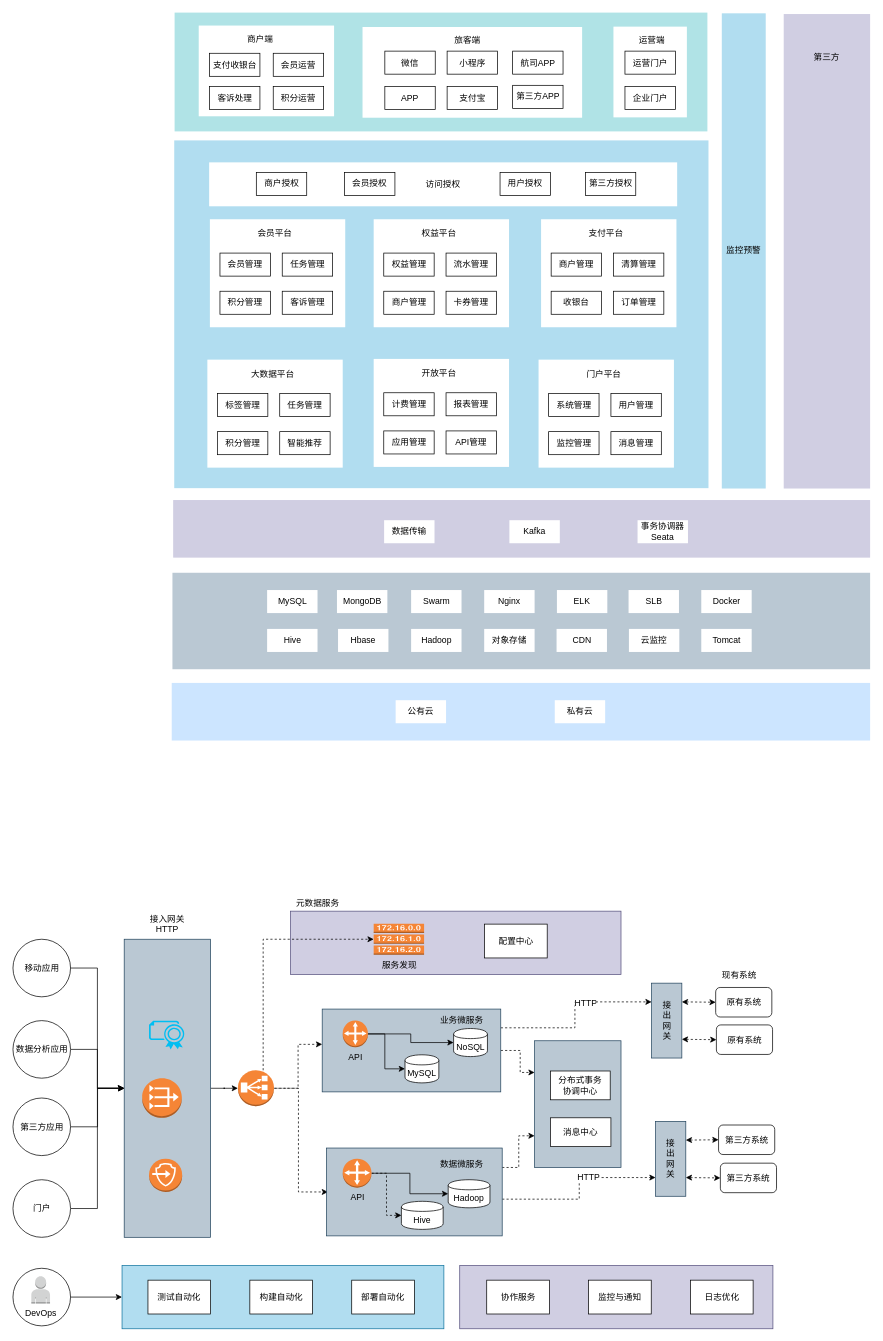
The draw.io diagram beijingAirport.drawio in wuqh/draw, before the edit. Source tidied: cells renumbered, new cells numbered last; positions are measured from the earlier drawing's top-left corner, leaving out a move shared by most shapes. Both pictures are drawn from the tidied source at 72%, with x=0, y=0 at pixel (12, 12).
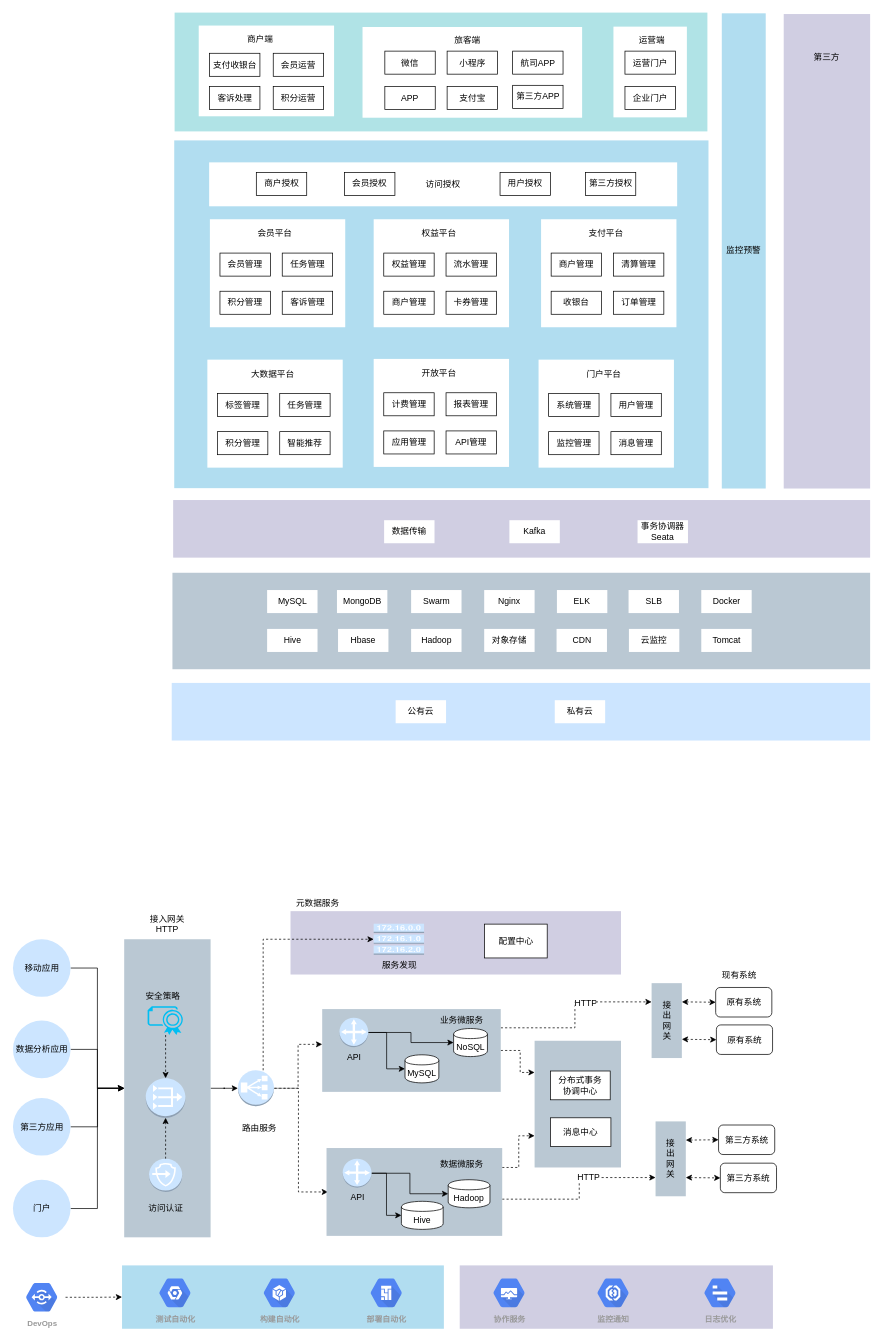
Above is the later version.

Unchanged cells that the change refers to:
```xml
<mxCell id="123" value="MySQL" style="shape=cylinder;whiteSpace=wrap;html=1;boundedLbl=1;backgroundOutline=1;strokeColor=#000000;" parent="1" vertex="1">
  <mxGeometry x="545" y="1447.5" width="47" height="39" as="geometry" />
</mxCell>
<mxCell id="125" value="Hive" style="shape=cylinder;whiteSpace=wrap;html=1;boundedLbl=1;backgroundOutline=1;strokeColor=#000000;" parent="1" vertex="1">
  <mxGeometry x="540" y="1651" width="58" height="39" as="geometry" />
</mxCell>
```

Change to the diagram source:
```diff
@@
-    <mxCell id="2" style="rounded=0;whiteSpace=wrap;html=1;strokeColor=#23445d;fillColor=#bac8d3;" parent="1" vertex="1">
+    <mxCell id="2" style="rounded=0;whiteSpace=wrap;html=1;strokeColor=none;fillColor=#bac8d3;" parent="1" vertex="1">
       <mxGeometry x="725" y="1428" width="120" height="176" as="geometry" />
     </mxCell>
-    <mxCell id="3" style="rounded=0;whiteSpace=wrap;html=1;strokeColor=#56517e;fillColor=#d0cee2;" parent="1" vertex="1">
+    <mxCell id="3" style="rounded=0;whiteSpace=wrap;html=1;strokeColor=none;fillColor=#d0cee2;" parent="1" vertex="1">
       <mxGeometry x="386" y="1248" width="459" height="88" as="geometry" />
     </mxCell>
@@
-    <mxCell id="91" style="rounded=0;whiteSpace=wrap;html=1;strokeColor=#23445d;fillColor=#bac8d3;" parent="1" vertex="1">
+    <mxCell id="91" style="rounded=0;whiteSpace=wrap;html=1;strokeColor=none;fillColor=#bac8d3;" parent="1" vertex="1">
       <mxGeometry x="155" y="1287" width="120" height="414" as="geometry" />
     </mxCell>
@@
-    <mxCell id="93" value="移动应用" style="ellipse;whiteSpace=wrap;html=1;strokeColor=#000000;" parent="1" vertex="1">
+    <mxCell id="93" value="移动应用" style="ellipse;whiteSpace=wrap;html=1;strokeColor=none;fillColor=#cce5ff;" parent="1" vertex="1">
       <mxGeometry x="0.5" y="1287" width="80" height="80" as="geometry" />
     </mxCell>
@@
-    <mxCell id="95" value="数据分析应用" style="ellipse;whiteSpace=wrap;html=1;strokeColor=#000000;" parent="1" vertex="1">
+    <mxCell id="95" value="数据分析应用" style="ellipse;whiteSpace=wrap;html=1;strokeColor=none;fillColor=#cce5ff;" parent="1" vertex="1">
       <mxGeometry x="0.5" y="1400" width="80" height="80" as="geometry" />
     </mxCell>
@@
+    <mxCell id="155" style="edgeStyle=orthogonalEdgeStyle;rounded=0;jettySize=auto;html=1;dashed=1;" parent="1" edge="1" source="97" target="98">
+      <mxGeometry relative="1" as="geometry" />
+    </mxCell>
     <mxCell id="97" style="verticalLabelPosition=bottom;html=1;verticalAlign=top;align=center;strokeColor=none;fillColor=#00BEF2;shape=mxgraph.azure.certificate;" parent="1" vertex="1">
-      <mxGeometry x="189.5" y="1400" width="50" height="40" as="geometry" />
+      <mxGeometry x="187.5" y="1380" width="50" height="40" as="geometry" />
     </mxCell>
-    <mxCell id="98" style="outlineConnect=0;dashed=0;verticalLabelPosition=bottom;verticalAlign=top;align=center;html=1;shape=mxgraph.aws3.vpc_nat_gateway;fillColor=#F58536;gradientColor=none;strokeColor=#000000;" parent="1" vertex="1">
-      <mxGeometry x="180" y="1480" width="55" height="55" as="geometry" />
+    <mxCell id="98" style="outlineConnect=0;dashed=0;verticalLabelPosition=bottom;verticalAlign=top;align=center;html=1;shape=mxgraph.aws3.vpc_nat_gateway;fillColor=#cce5ff;strokeColor=#36393d;" parent="1" vertex="1">
+      <mxGeometry x="185" y="1480" width="55" height="55" as="geometry" />
     </mxCell>
@@
-    <mxCell id="102" style="outlineConnect=0;dashed=0;verticalLabelPosition=bottom;verticalAlign=top;align=center;html=1;shape=mxgraph.aws3.classic_load_balancer;fillColor=#F58536;gradientColor=none;strokeColor=#000000;" parent="1" vertex="1">
+    <mxCell id="102" style="outlineConnect=0;dashed=0;verticalLabelPosition=bottom;verticalAlign=top;align=center;html=1;shape=mxgraph.aws3.classic_load_balancer;fillColor=#cce5ff;strokeColor=#36393d;" parent="1" vertex="1">
       <mxGeometry x="313" y="1469" width="50" height="50" as="geometry" />
     </mxCell>
@@
+    <mxCell id="156" style="edgeStyle=orthogonalEdgeStyle;rounded=0;jettySize=auto;html=1;entryX=0.5;entryY=1;entryDx=0;entryDy=0;entryPerimeter=0;dashed=1;" parent="1" edge="1" source="104" target="98">
+      <mxGeometry relative="1" as="geometry" />
+    </mxCell>
-    <mxCell id="104" style="outlineConnect=0;dashed=0;verticalLabelPosition=bottom;verticalAlign=top;align=center;html=1;shape=mxgraph.aws3.endpoints;fillColor=#F58536;gradientColor=none;strokeColor=#000000;" parent="1" vertex="1">
+    <mxCell id="104" style="outlineConnect=0;dashed=0;verticalLabelPosition=bottom;verticalAlign=top;align=center;html=1;shape=mxgraph.aws3.endpoints;fillColor=#cce5ff;strokeColor=#36393d;" parent="1" vertex="1">
       <mxGeometry x="189.5" y="1592" width="46" height="46" as="geometry" />
     </mxCell>
-    <mxCell id="105" value="服务发现" style="outlineConnect=0;dashed=0;verticalLabelPosition=bottom;verticalAlign=top;align=center;html=1;shape=mxgraph.aws3.route_table;fillColor=#F58536;gradientColor=none;strokeColor=#000000;" parent="1" vertex="1">
+    <mxCell id="105" value="服务发现" style="outlineConnect=0;dashed=0;verticalLabelPosition=bottom;verticalAlign=top;align=center;html=1;shape=mxgraph.aws3.route_table;fillColor=#cce5ff;strokeColor=#36393d;" parent="1" vertex="1">
       <mxGeometry x="501.5" y="1265.5" width="70" height="43" as="geometry" />
     </mxCell>
@@
-    <mxCell id="109" style="rounded=0;whiteSpace=wrap;html=1;strokeColor=#23445d;fillColor=#bac8d3;" parent="1" vertex="1">
+    <mxCell id="109" style="rounded=0;whiteSpace=wrap;html=1;strokeColor=none;fillColor=#bac8d3;" parent="1" vertex="1">
       <mxGeometry x="436" y="1577" width="244" height="122" as="geometry" />
     </mxCell>
@@
-    <mxCell id="112" style="edgeStyle=orthogonalEdgeStyle;rounded=0;jettySize=auto;html=1;entryX=0;entryY=0.5;entryDx=0;entryDy=0;dashed=1;" parent="1" edge="1" source="113" target="125">
+    <mxCell id="112" style="edgeStyle=orthogonalEdgeStyle;rounded=0;jettySize=auto;html=1;entryX=0;entryY=0.5;entryDx=0;entryDy=0;" parent="1" edge="1" source="113" target="125">
       <mxGeometry relative="1" as="geometry" />
     </mxCell>
-    <mxCell id="113" value="API" style="outlineConnect=0;dashed=0;verticalLabelPosition=bottom;verticalAlign=top;align=center;html=1;shape=mxgraph.aws3.customer_gateway;fillColor=#F58536;gradientColor=none;strokeColor=#000000;" parent="1" vertex="1">
+    <mxCell id="113" value="API" style="outlineConnect=0;dashed=0;verticalLabelPosition=bottom;verticalAlign=top;align=center;html=1;shape=mxgraph.aws3.customer_gateway;fillColor=#cce5ff;strokeColor=#36393d;" parent="1" vertex="1">
       <mxGeometry x="458.5" y="1592" width="40" height="40" as="geometry" />
     </mxCell>
@@
-    <mxCell id="117" style="rounded=0;whiteSpace=wrap;html=1;strokeColor=#23445d;fillColor=#bac8d3;" parent="1" vertex="1">
+    <mxCell id="117" style="rounded=0;whiteSpace=wrap;html=1;strokeColor=none;fillColor=#bac8d3;" parent="1" vertex="1">
       <mxGeometry x="430" y="1384" width="248" height="115" as="geometry" />
     </mxCell>
@@
-    <mxCell id="120" style="edgeStyle=orthogonalEdgeStyle;rounded=0;jettySize=auto;html=1;" parent="1" edge="1" source="121" target="123">
-      <mxGeometry relative="1" as="geometry">
-        <Array as="points">
-          <mxPoint x="517" y="1419" />
-          <mxPoint x="517" y="1467" />
-        </Array>
-      </mxGeometry>
+    <mxCell id="120" style="edgeStyle=orthogonalEdgeStyle;rounded=0;jettySize=auto;html=1;entryX=0;entryY=0.5;entryDx=0;entryDy=0;" parent="1" edge="1" source="121" target="123">
+      <mxGeometry relative="1" as="geometry" />
     </mxCell>
-    <mxCell id="121" value="API" style="outlineConnect=0;dashed=0;verticalLabelPosition=bottom;verticalAlign=top;align=center;html=1;shape=mxgraph.aws3.customer_gateway;fillColor=#F58536;gradientColor=none;strokeColor=#000000;" parent="1" vertex="1">
-      <mxGeometry x="458.5" y="1400" width="35" height="37" as="geometry" />
+    <mxCell id="121" value="API" style="outlineConnect=0;dashed=0;verticalLabelPosition=bottom;verticalAlign=top;align=center;html=1;shape=mxgraph.aws3.customer_gateway;fillColor=#cce5ff;strokeColor=#36393d;" parent="1" vertex="1">
+      <mxGeometry x="454" y="1396" width="40" height="41" as="geometry" />
     </mxCell>
@@
-    <mxCell id="129" value="接&lt;br&gt;出&lt;br&gt;网&lt;br&gt;关" style="rounded=0;whiteSpace=wrap;html=1;strokeColor=#23445d;fillColor=#bac8d3;" parent="1" vertex="1">
+    <mxCell id="129" value="接&lt;br&gt;出&lt;br&gt;网&lt;br&gt;关" style="rounded=0;whiteSpace=wrap;html=1;strokeColor=none;fillColor=#bac8d3;" parent="1" vertex="1">
       <mxGeometry x="893" y="1540" width="42" height="104" as="geometry" />
     </mxCell>
-    <mxCell id="130" value="接&lt;br&gt;出&lt;br&gt;网&lt;br&gt;关" style="rounded=0;whiteSpace=wrap;html=1;strokeColor=#23445d;fillColor=#bac8d3;" parent="1" vertex="1">
+    <mxCell id="130" value="接&lt;br&gt;出&lt;br&gt;网&lt;br&gt;关" style="rounded=0;whiteSpace=wrap;html=1;strokeColor=none;fillColor=#bac8d3;" parent="1" vertex="1">
       <mxGeometry x="887.5" y="1348" width="42" height="104" as="geometry" />
     </mxCell>
@@
-    <mxCell id="141" value="第三方应用" style="ellipse;whiteSpace=wrap;html=1;strokeColor=#000000;" parent="1" vertex="1">
+    <mxCell id="141" value="第三方应用" style="ellipse;whiteSpace=wrap;html=1;strokeColor=none;fillColor=#cce5ff;" parent="1" vertex="1">
       <mxGeometry x="0.5" y="1507.5" width="80" height="80" as="geometry" />
     </mxCell>
@@
-    <mxCell id="143" value="门户" style="ellipse;whiteSpace=wrap;html=1;strokeColor=#000000;" parent="1" vertex="1">
+    <mxCell id="143" value="门户" style="ellipse;whiteSpace=wrap;html=1;strokeColor=none;fillColor=#cce5ff;" parent="1" vertex="1">
       <mxGeometry x="0.5" y="1621" width="80" height="80" as="geometry" />
     </mxCell>
-    <mxCell id="144" style="edgeStyle=orthogonalEdgeStyle;rounded=0;jettySize=auto;html=1;entryX=0;entryY=0.5;entryDx=0;entryDy=0;" parent="1" edge="1" source="145" target="147">
-      <mxGeometry relative="1" as="geometry" />
-    </mxCell>
-    <mxCell id="145" style="ellipse;whiteSpace=wrap;html=1;strokeColor=#000000;" parent="1" vertex="1">
-      <mxGeometry x="0.5" y="1744" width="80" height="80" as="geometry" />
-    </mxCell>
+    <mxCell id="147" style="rounded=0;whiteSpace=wrap;html=1;strokeColor=none;fillColor=#b1ddf0;" parent="1" vertex="1">
+      <mxGeometry x="152" y="1740" width="447" height="88" as="geometry" />
+    </mxCell>
+    <mxCell id="151" style="rounded=0;whiteSpace=wrap;html=1;strokeColor=none;fillColor=#d0cee2;" parent="1" vertex="1">
+      <mxGeometry x="621" y="1740" width="435" height="88" as="geometry" />
+    </mxCell>
+    <mxCell id="154" value="日志优化" style="html=1;fillColor=#5184F3;strokeColor=none;verticalAlign=top;labelPosition=center;verticalLabelPosition=bottom;align=center;spacingTop=-6;fontSize=11;fontStyle=1;fontColor=#999999;shape=mxgraph.gcp2.hexIcon;prIcon=trace;" parent="1" vertex="1">
+      <mxGeometry x="949.5" y="1749" width="66" height="58.5" as="geometry" />
+    </mxCell>
+    <mxCell id="149" value="构建自动化" style="html=1;fillColor=#5184F3;strokeColor=none;verticalAlign=top;labelPosition=center;verticalLabelPosition=bottom;align=center;spacingTop=-6;fontSize=11;fontStyle=1;fontColor=#999999;shape=mxgraph.gcp2.hexIcon;prIcon=container_builder;" parent="1" vertex="1">
+      <mxGeometry x="337.5" y="1749" width="66" height="58.5" as="geometry" />
+    </mxCell>
+    <mxCell id="157" style="edgeStyle=orthogonalEdgeStyle;rounded=0;jettySize=auto;html=1;entryX=0;entryY=0.5;entryDx=0;entryDy=0;dashed=1;" parent="1" edge="1" source="146" target="147">
+      <mxGeometry relative="1" as="geometry" />
+    </mxCell>
-    <mxCell id="146" value="DevOps" style="outlineConnect=0;dashed=0;verticalLabelPosition=bottom;verticalAlign=top;align=center;html=1;shape=mxgraph.aws3.user;fillColor=#D2D3D3;gradientColor=none;strokeColor=#000000;" parent="1" vertex="1">
-      <mxGeometry x="26" y="1755" width="26" height="38" as="geometry" />
+    <mxCell id="146" value="DevOps" style="html=1;fillColor=#5184F3;strokeColor=none;verticalAlign=top;labelPosition=center;verticalLabelPosition=bottom;align=center;spacingTop=-6;fontSize=11;fontStyle=1;fontColor=#999999;shape=mxgraph.gcp2.hexIcon;prIcon=developer_portal;" parent="1" vertex="1">
+      <mxGeometry x="7.5" y="1755" width="66" height="58.5" as="geometry" />
     </mxCell>
-    <mxCell id="147" style="rounded=0;whiteSpace=wrap;html=1;strokeColor=#10739e;fillColor=#b1ddf0;" parent="1" vertex="1">
-      <mxGeometry x="152" y="1740" width="447" height="88" as="geometry" />
-    </mxCell>
+    <mxCell id="150" value="部署自动化" style="html=1;fillColor=#5184F3;strokeColor=none;verticalAlign=top;labelPosition=center;verticalLabelPosition=bottom;align=center;spacingTop=-6;fontSize=11;fontStyle=1;fontColor=#999999;shape=mxgraph.gcp2.hexIcon;prIcon=cloud_composer;" parent="1" vertex="1">
+      <mxGeometry x="486" y="1749" width="66" height="58.5" as="geometry" />
+    </mxCell>
+    <mxCell id="158" value="监控通知" style="html=1;fillColor=#5184F3;strokeColor=none;verticalAlign=top;labelPosition=center;verticalLabelPosition=bottom;align=center;spacingTop=-6;fontSize=11;fontStyle=1;fontColor=#999999;shape=mxgraph.gcp2.hexIcon;prIcon=error_reporting;" parent="1" vertex="1">
+      <mxGeometry x="801" y="1749" width="66" height="58.5" as="geometry" />
+    </mxCell>
-    <mxCell id="148" value="测试自动化" style="rounded=0;whiteSpace=wrap;html=1;strokeColor=#000000;" parent="1" vertex="1">
-      <mxGeometry x="188" y="1760.5" width="87" height="47" as="geometry" />
+    <mxCell id="148" value="测试自动化" style="html=1;fillColor=#5184F3;strokeColor=none;verticalAlign=top;labelPosition=center;verticalLabelPosition=bottom;align=center;spacingTop=-6;fontSize=11;fontStyle=1;fontColor=#999999;shape=mxgraph.gcp2.hexIcon;prIcon=placeholder;" parent="1" vertex="1">
+      <mxGeometry x="192.5" y="1749" width="66" height="58.5" as="geometry" />
     </mxCell>
-    <mxCell id="149" value="构建自动化" style="rounded=0;whiteSpace=wrap;html=1;strokeColor=#000000;" parent="1" vertex="1">
-      <mxGeometry x="329.5" y="1760.5" width="87" height="47" as="geometry" />
-    </mxCell>
-    <mxCell id="150" value="部署自动化" style="rounded=0;whiteSpace=wrap;html=1;strokeColor=#000000;" parent="1" vertex="1">
-      <mxGeometry x="471" y="1760.5" width="87" height="47" as="geometry" />
-    </mxCell>
-    <mxCell id="151" style="rounded=0;whiteSpace=wrap;html=1;strokeColor=#56517e;fillColor=#d0cee2;" parent="1" vertex="1">
-      <mxGeometry x="621" y="1740" width="435" height="88" as="geometry" />
-    </mxCell>
-    <mxCell id="152" value="协作服务" style="rounded=0;whiteSpace=wrap;html=1;strokeColor=#000000;" parent="1" vertex="1">
-      <mxGeometry x="658.5" y="1760.5" width="87" height="47" as="geometry" />
+    <mxCell id="152" value="协作服务" style="html=1;fillColor=#5184F3;strokeColor=none;verticalAlign=top;labelPosition=center;verticalLabelPosition=bottom;align=center;spacingTop=-6;fontSize=11;fontStyle=1;fontColor=#999999;shape=mxgraph.gcp2.hexIcon;prIcon=cloud_deployment_manager;" parent="1" vertex="1">
+      <mxGeometry x="656.5" y="1749" width="66" height="58.5" as="geometry" />
     </mxCell>
-    <mxCell id="153" value="监控与通知" style="rounded=0;whiteSpace=wrap;html=1;strokeColor=#000000;" parent="1" vertex="1">
-      <mxGeometry x="800" y="1760.5" width="87" height="47" as="geometry" />
-    </mxCell>
-    <mxCell id="154" value="日志优化" style="rounded=0;whiteSpace=wrap;html=1;strokeColor=#000000;" parent="1" vertex="1">
-      <mxGeometry x="941.5" y="1760.5" width="87" height="47" as="geometry" />
-    </mxCell>
+    <mxCell id="159" value="访问认证" style="text;html=1;strokeColor=none;fillColor=none;align=center;verticalAlign=middle;whiteSpace=wrap;rounded=0;" parent="1" vertex="1">
+      <mxGeometry x="181.5" y="1651" width="62" height="20" as="geometry" />
+    </mxCell>
+    <mxCell id="160" value="安全策略" style="text;html=1;strokeColor=none;fillColor=none;align=center;verticalAlign=middle;whiteSpace=wrap;rounded=0;" parent="1" vertex="1">
+      <mxGeometry x="178" y="1357" width="62" height="20" as="geometry" />
+    </mxCell>
+    <mxCell id="161" value="路由服务" style="text;html=1;strokeColor=none;fillColor=none;align=center;verticalAlign=middle;whiteSpace=wrap;rounded=0;" parent="1" vertex="1">
+      <mxGeometry x="311.5" y="1540" width="62" height="20" as="geometry" />
+    </mxCell>
```
